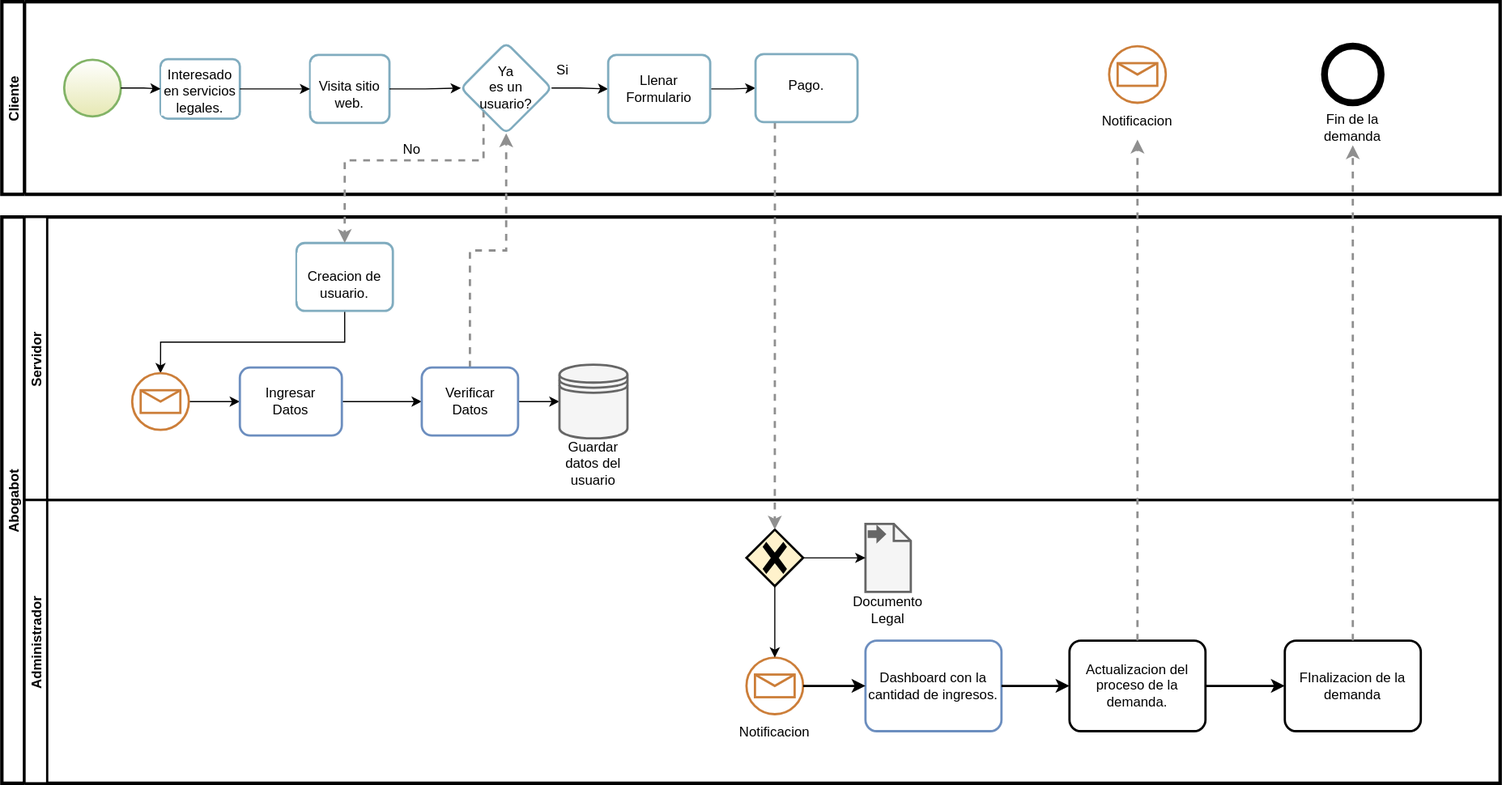
This is images/Abogabot.drawio.svg from Cere-0/Abogabot, a draw.io export, as it was before one commit. Source tidied: cells renumbered, new cells last; positions are measured from the earlier drawing's top-left corner, leaving out a move shared by most shapes.
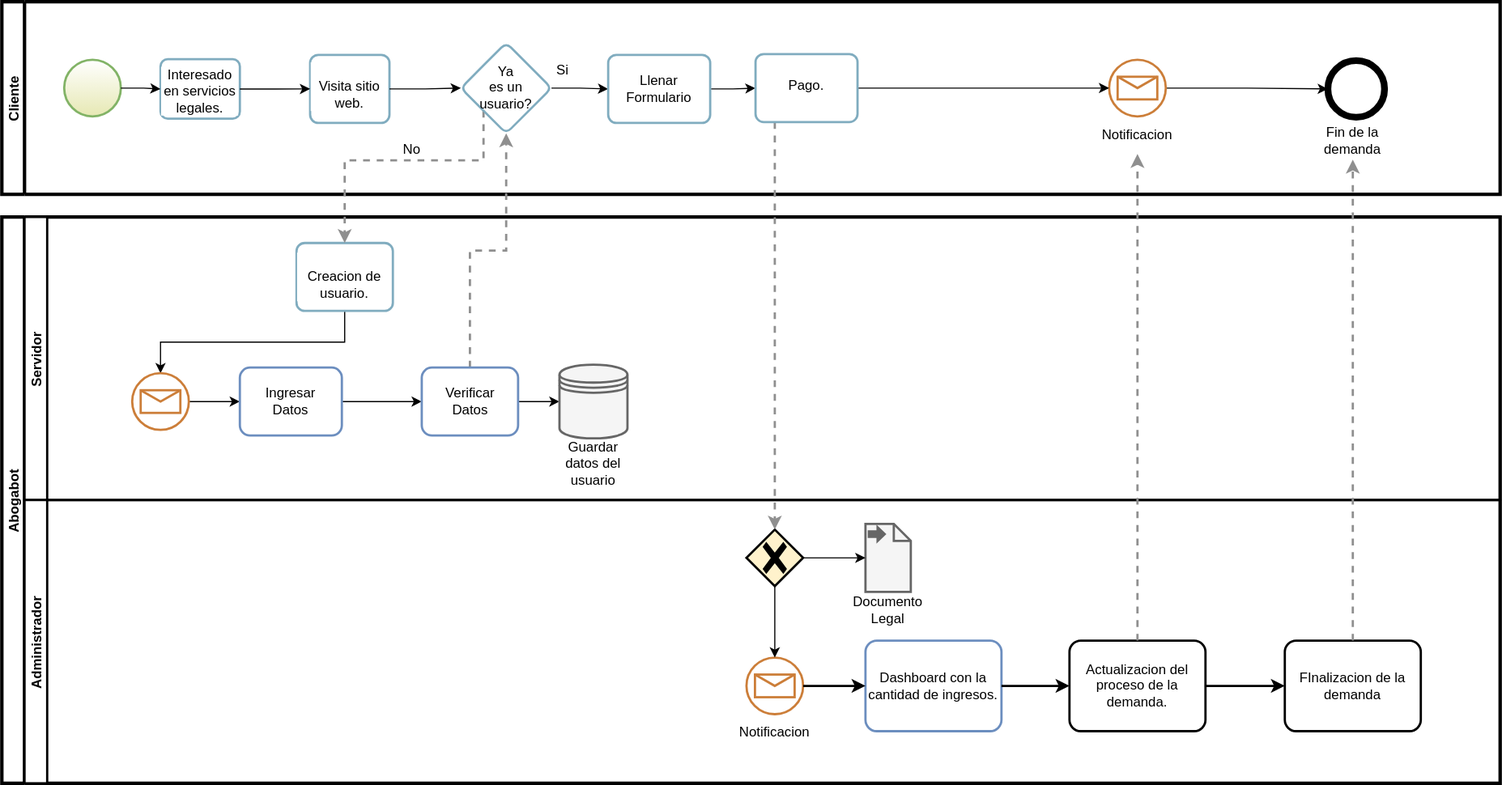
After the commit.

Diff of the diagram source:
```diff
@@ -53,14 +53,17 @@
     <mxCell id="18" value="Cliente" style="swimlane;startSize=20;horizontal=0;strokeColor=default;fillColor=default;strokeWidth=3;" parent="1" vertex="1">
       <mxGeometry width="1322" height="170" as="geometry" />
     </mxCell>
+    <mxCell id="51" style="edgeStyle=orthogonalEdgeStyle;rounded=0;jettySize=auto;html=1;" parent="18" edge="1" source="19" target="21">
+      <mxGeometry relative="1" as="geometry" />
+    </mxCell>
     <mxCell id="19" style="points=[[0.145,0.145,0],[0.5,0,0],[0.855,0.145,0],[1,0.5,0],[0.855,0.855,0],[0.5,1,0],[0.145,0.855,0],[0,0.5,0]];shape=mxgraph.bpmn.event;html=1;verticalLabelPosition=bottom;labelBackgroundColor=#ffffff;verticalAlign=top;align=center;perimeter=ellipsePerimeter;outlineConnect=0;outline=standard;symbol=message;fillStyle=solid;strokeColor=#CC7E39;strokeWidth=2;fillColor=none;gradientDirection=north;" parent="18" vertex="1">
-      <mxGeometry x="977" y="39.2" width="50" height="50" as="geometry" />
+      <mxGeometry x="977" y="51.2" width="50" height="50" as="geometry" />
     </mxCell>
     <mxCell id="20" value="Notificacion" style="rounded=0;whiteSpace=wrap;html=1;labelBackgroundColor=none;fillStyle=solid;strokeColor=none;strokeWidth=2;fillColor=none;gradientColor=#FFFFFF;gradientDirection=north;" parent="18" vertex="1">
-      <mxGeometry x="972" y="89.2" width="60" height="32.5" as="geometry" />
+      <mxGeometry x="972" y="102" width="60" height="32.5" as="geometry" />
     </mxCell>
     <mxCell id="21" style="points=[[0.145,0.145,0],[0.5,0,0],[0.855,0.145,0],[1,0.5,0],[0.855,0.855,0],[0.5,1,0],[0.145,0.855,0],[0,0.5,0]];shape=mxgraph.bpmn.event;html=1;verticalLabelPosition=bottom;labelBackgroundColor=#ffffff;verticalAlign=top;align=center;perimeter=ellipsePerimeter;outlineConnect=0;outline=end;symbol=terminate2;shadow=0;sketch=0;fillStyle=solid;strokeColor=#000000;strokeWidth=2;fillColor=none;gradientColor=none;gradientDirection=north;" parent="18" vertex="1">
-      <mxGeometry x="1167" y="39.2" width="50" height="50" as="geometry" />
+      <mxGeometry x="1170" y="52" width="50" height="50" as="geometry" />
     </mxCell>
     <mxCell id="22" value="No" style="rounded=0;whiteSpace=wrap;html=1;labelBackgroundColor=none;fillStyle=solid;strokeColor=none;strokeWidth=2;fillColor=none;gradientColor=#FFFFFF;gradientDirection=north;" parent="18" vertex="1">
       <mxGeometry x="352" y="120.8" width="20" height="20" as="geometry" />
@@ -68,6 +71,9 @@
     <mxCell id="23" value="&lt;br&gt;Visita sitio web." style="rounded=1;whiteSpace=wrap;html=1;verticalAlign=top;fillColor=none;strokeColor=#80ACBF;labelBackgroundColor=#ffffff;strokeWidth=2;fillStyle=solid;gradientDirection=north;arcSize=12;" parent="18" vertex="1">
       <mxGeometry x="272" y="47" width="70" height="60" as="geometry" />
     </mxCell>
+    <mxCell id="49" value="Fin de la demanda" style="rounded=0;whiteSpace=wrap;html=1;labelBackgroundColor=none;fillStyle=solid;strokeColor=none;strokeWidth=2;fillColor=none;gradientColor=#FFFFFF;gradientDirection=north;" parent="18" vertex="1">
+      <mxGeometry x="1162" y="107" width="60" height="32.5" as="geometry" />
+    </mxCell>
     <mxCell id="24" style="points=[[0.145,0.145,0],[0.5,0,0],[0.855,0.145,0],[1,0.5,0],[0.855,0.855,0],[0.5,1,0],[0.145,0.855,0],[0,0.5,0]];shape=mxgraph.bpmn.event;html=1;verticalLabelPosition=bottom;labelBackgroundColor=#ffffff;verticalAlign=top;align=center;perimeter=ellipsePerimeter;outlineConnect=0;outline=standard;symbol=general;fillColor=#E6E8B3;strokeColor=#82b366;strokeWidth=2;fillStyle=solid;gradientColor=#FFFFFF;gradientDirection=north;" parent="1" vertex="1">
       <mxGeometry x="55" y="51.2" width="50" height="50" as="geometry" />
     </mxCell>
@@ -126,6 +132,9 @@
         </Array>
       </mxGeometry>
     </mxCell>
+    <mxCell id="52" style="edgeStyle=orthogonalEdgeStyle;rounded=0;jettySize=auto;html=1;" parent="1" edge="1" source="40" target="19">
+      <mxGeometry relative="1" as="geometry" />
+    </mxCell>
     <mxCell id="40" value="&lt;br&gt;Pago." style="rounded=1;whiteSpace=wrap;html=1;verticalAlign=top;fillColor=none;strokeColor=#80ACBF;labelBackgroundColor=none;strokeWidth=2;fillStyle=solid;gradientDirection=north;arcSize=12;" parent="1" vertex="1">
       <mxGeometry x="665" y="46.2" width="90" height="60" as="geometry" />
     </mxCell>
@@ -153,9 +162,6 @@
     <mxCell id="48" style="edgeStyle=orthogonalEdgeStyle;rounded=0;jumpSize=6;jettySize=auto;html=1;strokeColor=#8F8F8F;strokeWidth=2;entryX=0.5;entryY=1;entryDx=0;entryDy=0;dashed=1;" parent="1" edge="1" source="14" target="20">
       <mxGeometry relative="1" as="geometry" />
     </mxCell>
-    <mxCell id="49" value="Fin de la demanda" style="rounded=0;whiteSpace=wrap;html=1;labelBackgroundColor=none;fillStyle=solid;strokeColor=none;strokeWidth=2;fillColor=none;gradientColor=#FFFFFF;gradientDirection=north;" parent="1" vertex="1">
-      <mxGeometry x="1162" y="94.2" width="60" height="32.5" as="geometry" />
-    </mxCell>
     <mxCell id="50" style="edgeStyle=orthogonalEdgeStyle;rounded=0;jumpSize=6;jettySize=auto;html=1;entryX=0.5;entryY=1;entryDx=0;entryDy=0;strokeColor=#8F8F8F;strokeWidth=2;dashed=1;" parent="1" edge="1" source="16" target="49">
       <mxGeometry relative="1" as="geometry" />
     </mxCell>
```
